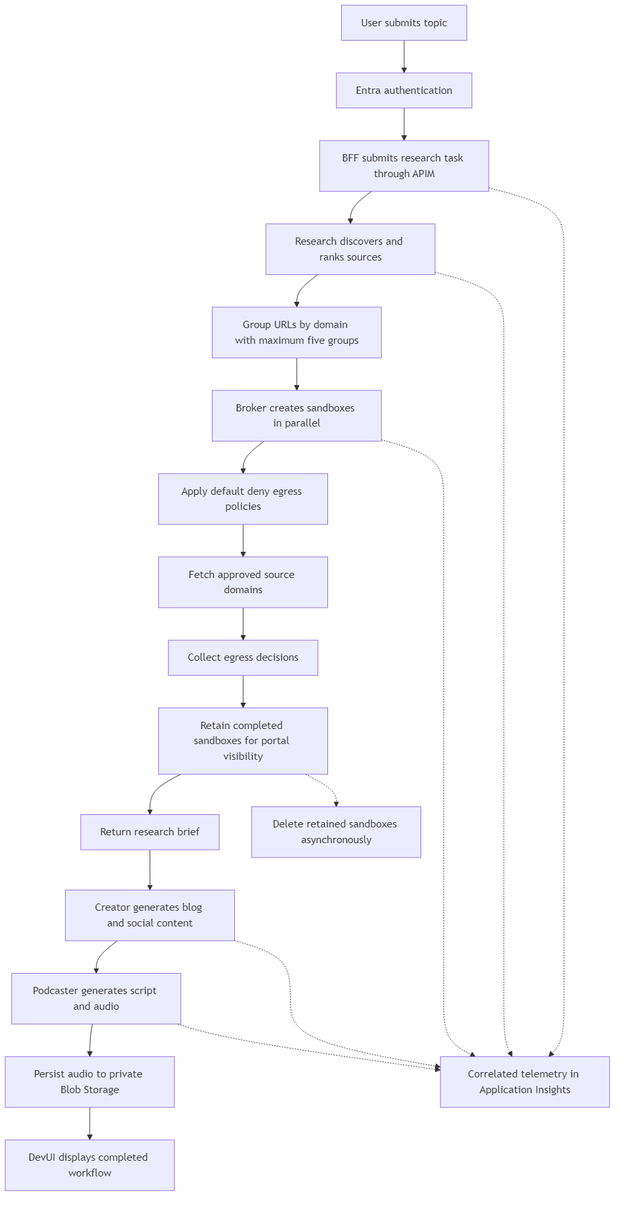
Before: docs/diagrams/execution-flow.png, a diagram exported from Mermaid (lyantovski/aca-sandbox-foundry). Its source is kept beside it as docs/diagrams/execution-flow.mmd. Source of this version:
```mermaid
flowchart TD
    Start["User submits topic"]
    Authenticate["Entra authentication"]
    Submit["BFF submits research task through APIM"]
    Discover["Research discovers and ranks sources"]
    Group["Group URLs by domain with maximum five groups"]
    Create["Broker creates sandboxes in parallel"]
    Policy["Apply default deny egress policies"]
    Fetch["Fetch approved source domains"]
    Egress["Collect egress decisions"]
    Retain["Retain completed sandboxes for portal visibility"]
    Brief["Return research brief"]
    CreateContent["Creator generates blog and social content"]
    Podcast["Podcaster generates script and audio"]
    Persist["Persist audio to private Blob Storage"]
    Complete["DevUI displays completed workflow"]
    Cleanup["Delete retained sandboxes asynchronously"]
    Telemetry["Correlated telemetry in Application Insights"]

    Start --> Authenticate
    Authenticate --> Submit
    Submit --> Discover
    Discover --> Group
    Group --> Create
    Create --> Policy
    Policy --> Fetch
    Fetch --> Egress
    Egress --> Retain
    Retain --> Brief
    Brief --> CreateContent
    CreateContent --> Podcast
    Podcast --> Persist
    Persist --> Complete
    Retain -.-> Cleanup
    Submit -.-> Telemetry
    Discover -.-> Telemetry
    Create -.-> Telemetry
    CreateContent -.-> Telemetry
    Podcast -.-> Telemetry
```
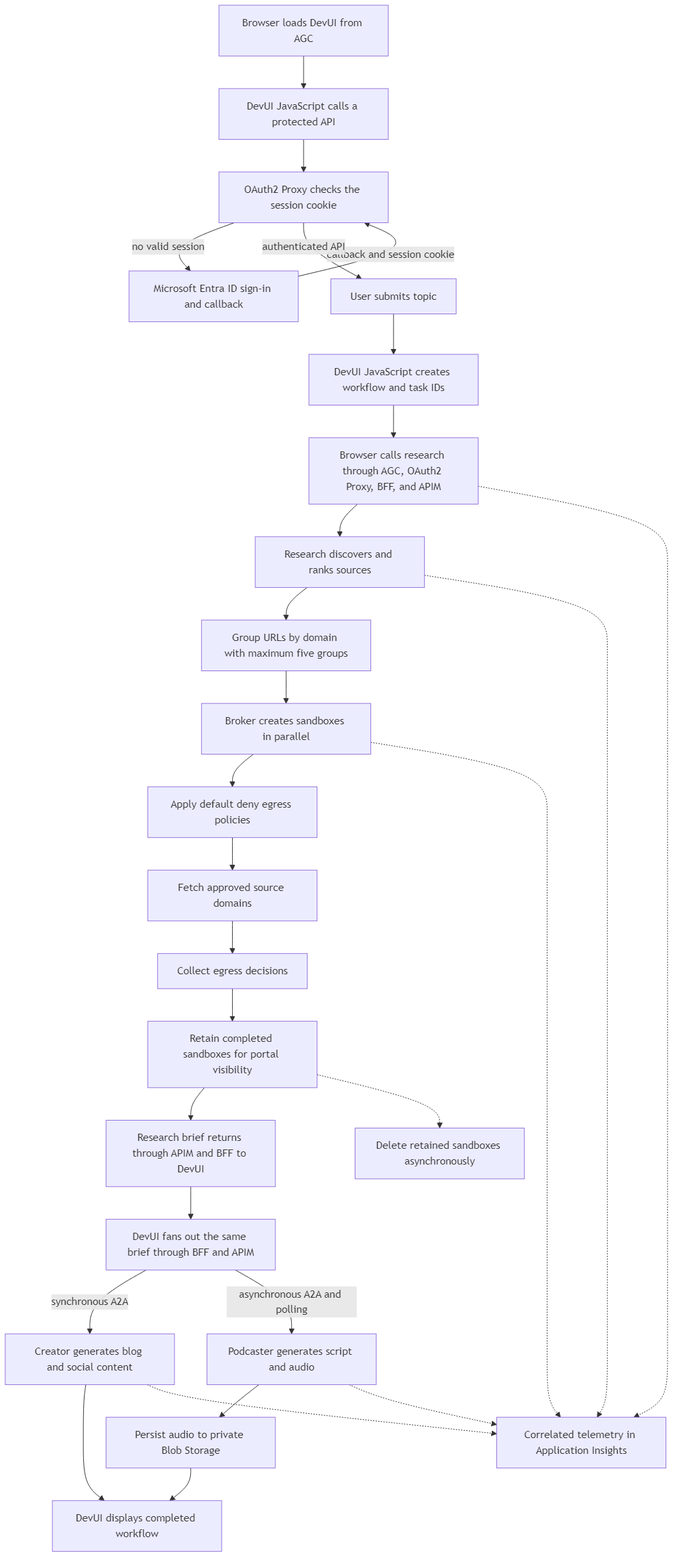
After the commit.

Change to the diagram source:
```diff
@@ -1,7 +1,11 @@
 flowchart TD
+    Load["Browser loads DevUI from AGC"]
+    Api["DevUI JavaScript calls a protected API"]
+    OAuth["OAuth2 Proxy checks the session cookie"]
+    Entra["Microsoft Entra ID sign-in and callback"]
     Start["User submits topic"]
-    Authenticate["Entra authentication"]
-    Submit["BFF submits research task through APIM"]
+    Browser["DevUI JavaScript creates workflow and task IDs"]
+    ResearchCall["Browser calls research through AGC, OAuth2 Proxy, BFF, and APIM"]
     Discover["Research discovers and ranks sources"]
     Group["Group URLs by domain with maximum five groups"]
     Create["Broker creates sandboxes in parallel"]
@@ -9,7 +13,8 @@
     Fetch["Fetch approved source domains"]
     Egress["Collect egress decisions"]
     Retain["Retain completed sandboxes for portal visibility"]
-    Brief["Return research brief"]
+    Brief["Research brief returns through APIM and BFF to DevUI"]
+    Fanout["DevUI fans out the same brief through BFF and APIM"]
     CreateContent["Creator generates blog and social content"]
     Podcast["Podcaster generates script and audio"]
     Persist["Persist audio to private Blob Storage"]
@@ -17,9 +22,14 @@
     Cleanup["Delete retained sandboxes asynchronously"]
     Telemetry["Correlated telemetry in Application Insights"]
 
-    Start --> Authenticate
-    Authenticate --> Submit
-    Submit --> Discover
+    Load --> Api
+    Api --> OAuth
+    OAuth -->|"no valid session"| Entra
+    Entra -->|"callback and session cookie"| OAuth
+    OAuth -->|"authenticated API"| Start
+    Start --> Browser
+    Browser --> ResearchCall
+    ResearchCall --> Discover
     Discover --> Group
     Group --> Create
     Create --> Policy
@@ -27,12 +37,14 @@
     Fetch --> Egress
     Egress --> Retain
     Retain --> Brief
-    Brief --> CreateContent
-    CreateContent --> Podcast
+    Brief --> Fanout
+    Fanout -->|"synchronous A2A"| CreateContent
+    Fanout -->|"asynchronous A2A and polling"| Podcast
     Podcast --> Persist
+    CreateContent --> Complete
     Persist --> Complete
     Retain -.-> Cleanup
-    Submit -.-> Telemetry
+    ResearchCall -.-> Telemetry
     Discover -.-> Telemetry
     Create -.-> Telemetry
     CreateContent -.-> Telemetry
```
